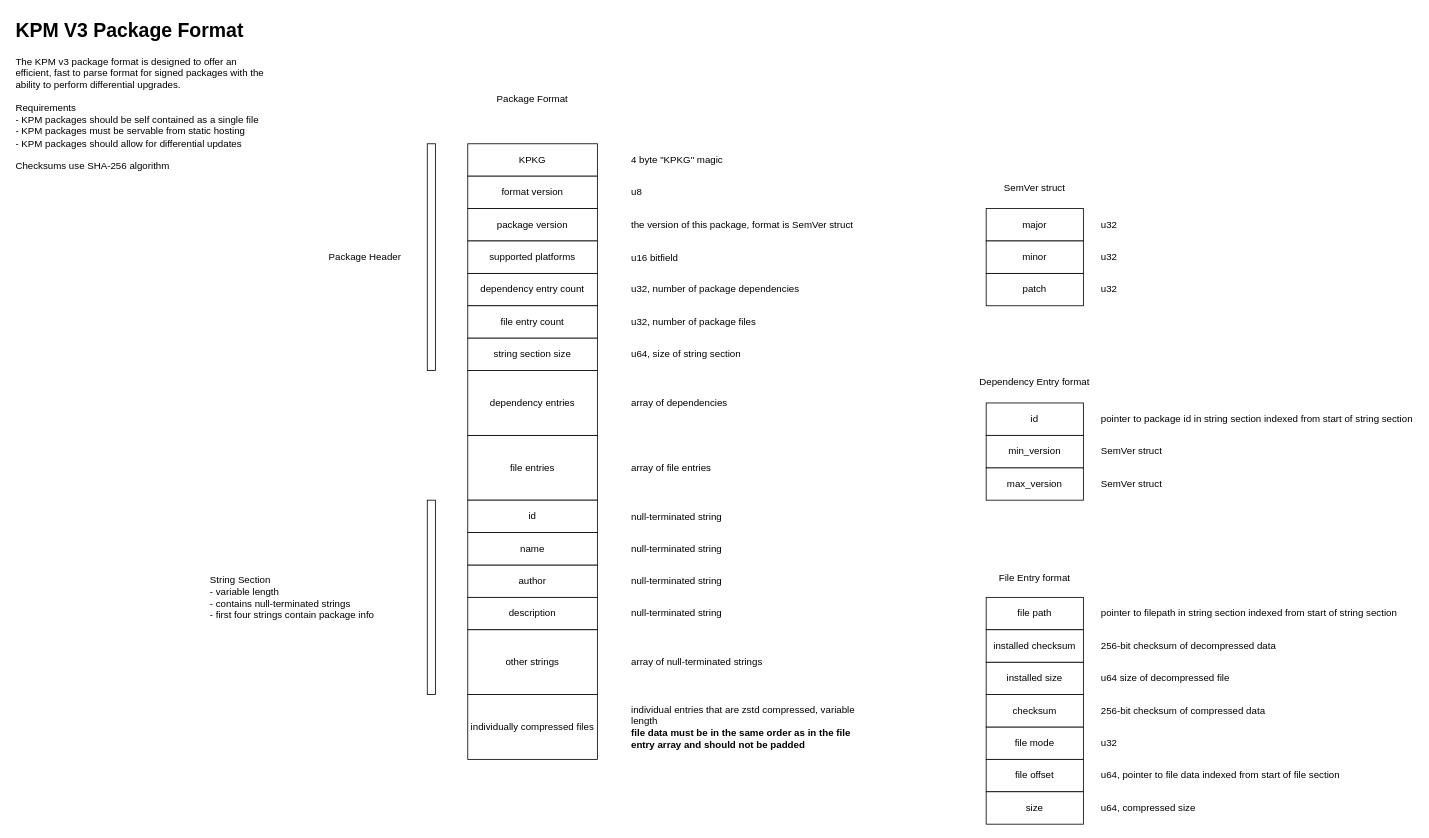
Earlier version of the draw.io diagram docs/KPKG Spec.drawio (KindleModding/KPM). Source tidied: cells renumbered, new cells numbered last; positions are measured from the earlier drawing's top-left corner, leaving out a move shared by most shapes. Both pictures are drawn from the tidied source at 81%, with x=0, y=0 at pixel (14, 14).
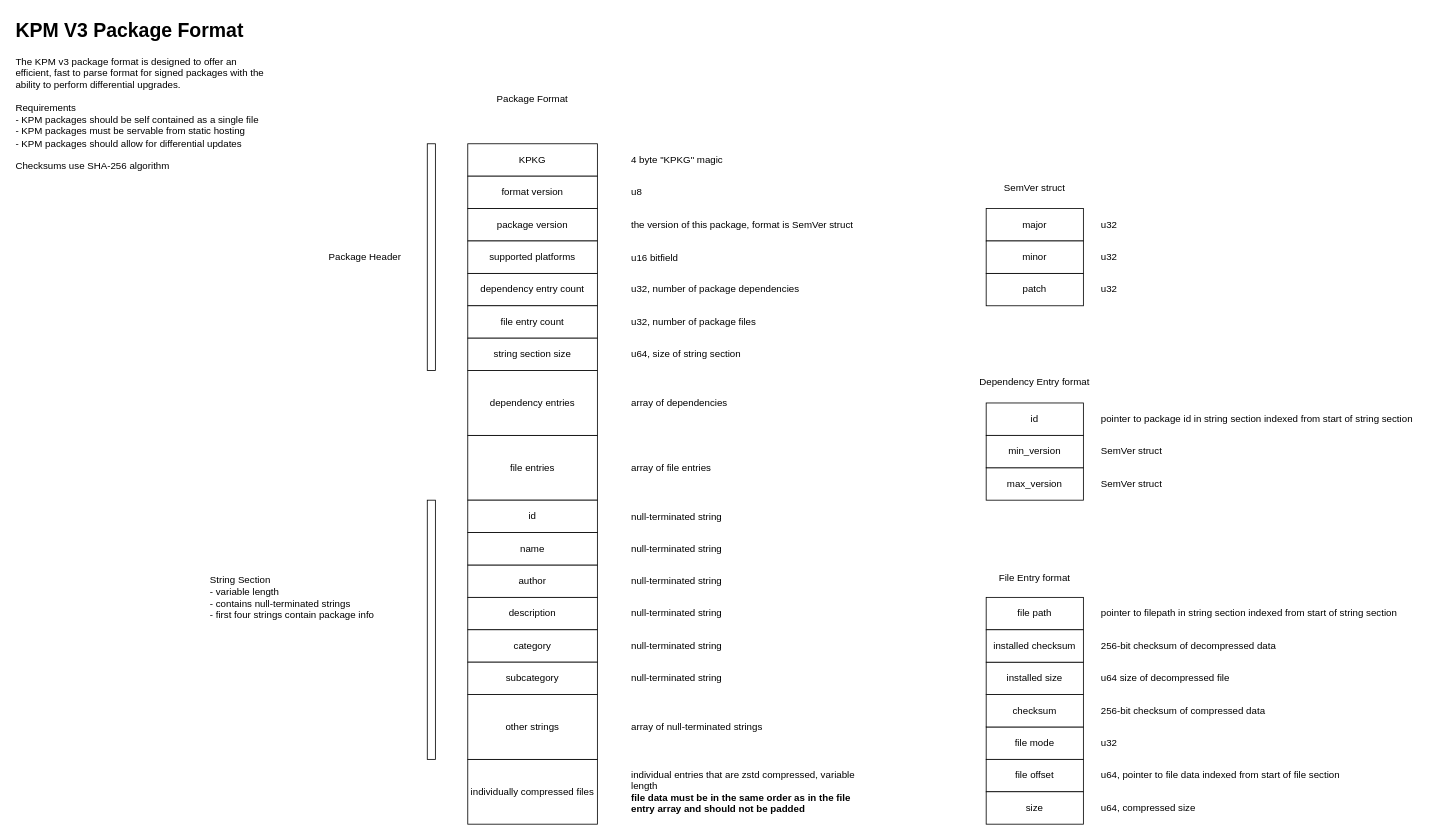
After the change.

Commit message (it also covers changes not shown here):
docs/Add category+subcategory fields

Diff of the diagram source:
```diff
@@
     <mxCell id="2" value="individually compressed files" style="rounded=0;whiteSpace=wrap;html=1;" parent="1" vertex="1">
-      <mxGeometry x="560" y="840" width="160" height="80" as="geometry" />
+      <mxGeometry x="560" y="920" width="160" height="80" as="geometry" />
     </mxCell>
@@
     <mxCell id="16" style="rounded=0;whiteSpace=wrap;html=1;align=left;" parent="1" vertex="1">
-      <mxGeometry x="510" y="600" width="10" height="240" as="geometry" />
+      <mxGeometry x="510" y="600" width="10" height="320" as="geometry" />
     </mxCell>
     <mxCell id="17" value="individual entries that are zstd compressed, variable length&lt;div&gt;&lt;b&gt;file data must be in the same order as in the file entry array and should not be padded&lt;/b&gt;&lt;/div&gt;" style="text;html=1;whiteSpace=wrap;strokeColor=none;fillColor=none;align=left;verticalAlign=middle;rounded=0;" parent="1" vertex="1">
-      <mxGeometry x="760" y="840" width="280" height="80" as="geometry" />
+      <mxGeometry x="760" y="920" width="280" height="80" as="geometry" />
     </mxCell>
@@
     <mxCell id="39" value="other strings" style="rounded=0;whiteSpace=wrap;html=1;" parent="1" vertex="1">
-      <mxGeometry x="560" y="760" width="160" height="80" as="geometry" />
+      <mxGeometry x="560" y="840" width="160" height="80" as="geometry" />
     </mxCell>
@@
     <mxCell id="58" value="array of null-terminated strings" style="text;html=1;whiteSpace=wrap;strokeColor=none;fillColor=none;align=left;verticalAlign=middle;rounded=0;" parent="1" vertex="1">
-      <mxGeometry x="760" y="785" width="200" height="30" as="geometry" />
+      <mxGeometry x="760" y="865" width="200" height="30" as="geometry" />
     </mxCell>
@@
+    <mxCell id="67" value="category" style="rounded=0;whiteSpace=wrap;html=1;" parent="1" vertex="1">
+      <mxGeometry x="560" y="760" width="160" height="40" as="geometry" />
+    </mxCell>
+    <mxCell id="68" value="subcategory" style="rounded=0;whiteSpace=wrap;html=1;" parent="1" vertex="1">
+      <mxGeometry x="560" y="800" width="160" height="40" as="geometry" />
+    </mxCell>
+    <mxCell id="69" value="null-terminated string" style="text;html=1;whiteSpace=wrap;strokeColor=none;fillColor=none;align=left;verticalAlign=middle;rounded=0;" parent="1" vertex="1">
+      <mxGeometry x="760" y="765" width="200" height="30" as="geometry" />
+    </mxCell>
+    <mxCell id="70" value="null-terminated string" style="text;html=1;whiteSpace=wrap;strokeColor=none;fillColor=none;align=left;verticalAlign=middle;rounded=0;" parent="1" vertex="1">
+      <mxGeometry x="760" y="805" width="200" height="30" as="geometry" />
+    </mxCell>
```
